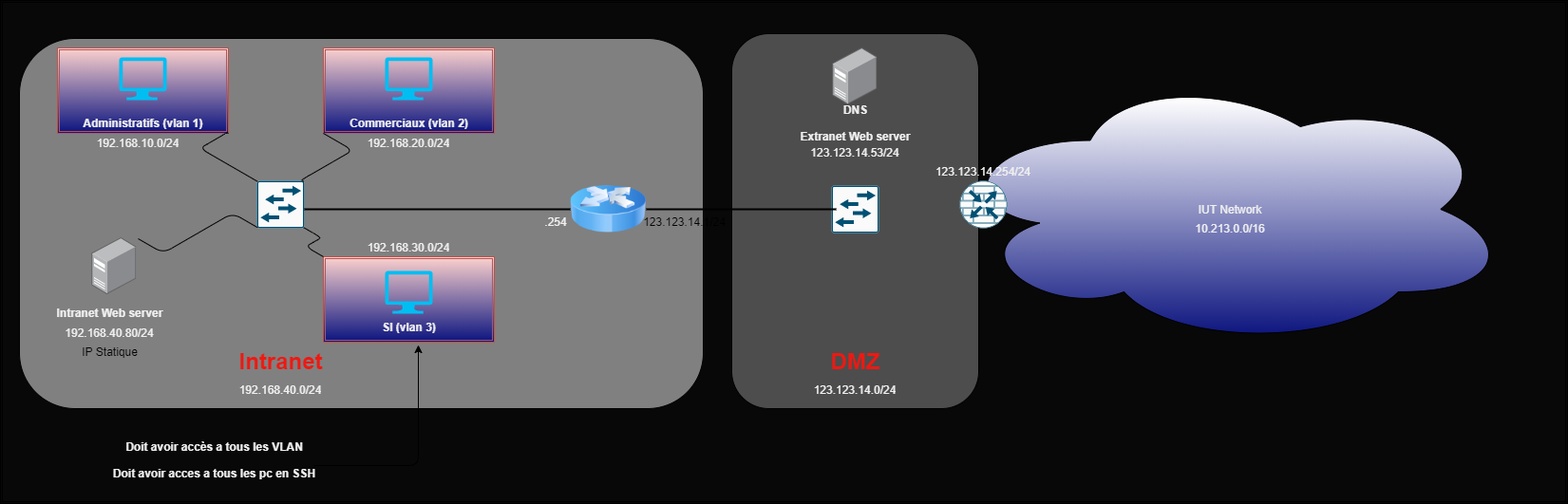
Before: Schema_SAE21.png, a diagram exported from draw.io (PaulBerra/SAE21). Source tidied: cells renumbered, new cells last; positions are measured from the earlier drawing's top-left corner, leaving out a move shared by most shapes.
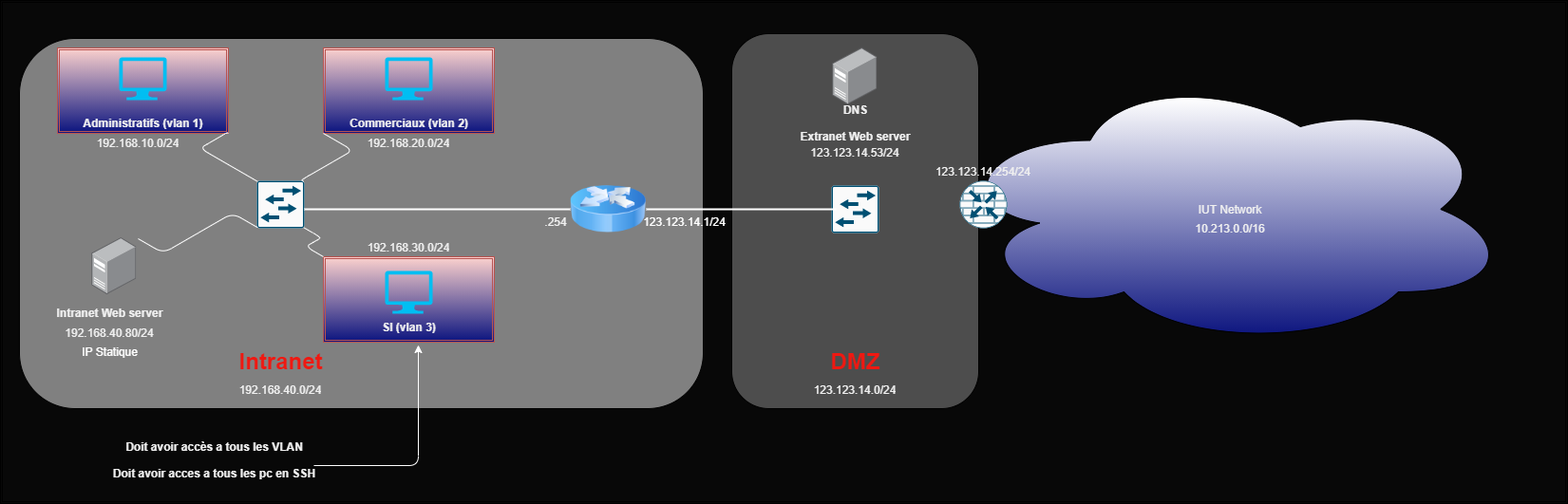
The same diagram one commit later.

Diff of the diagram source:
```diff
@@ -38,7 +38,7 @@
     <mxCell id="13" value="&lt;font style=&quot;font-size: 12px&quot; color=&quot;#f0f0f0&quot;&gt;SI (vlan 3)&lt;/font&gt;" style="text;strokeColor=none;fillColor=none;html=1;fontSize=24;fontStyle=1;verticalAlign=middle;align=center;fontColor=#F01811;" parent="1" vertex="1">
       <mxGeometry x="380" y="320" width="100" height="40" as="geometry" />
     </mxCell>
-    <mxCell id="14" style="edgeStyle=segmentEdgeStyle;endArrow=classic;html=1;fontSize=12;fontColor=#F0F0F0;entryX=0.6;entryY=1.075;entryDx=0;entryDy=0;entryPerimeter=0;" parent="1" edge="1" target="13">
+    <mxCell id="14" style="edgeStyle=segmentEdgeStyle;endArrow=classic;html=1;fontSize=12;fontColor=#F0F0F0;entryX=0.6;entryY=1.075;entryDx=0;entryDy=0;entryPerimeter=0;strokeColor=#FFFFFF;" parent="1" edge="1" target="13">
       <mxGeometry relative="1" as="geometry">
         <mxPoint x="330" y="490" as="sourcePoint" />
       </mxGeometry>
@@ -55,30 +55,30 @@
     <mxCell id="18" style="sketch=0;points=[[0.015,0.015,0],[0.985,0.015,0],[0.985,0.985,0],[0.015,0.985,0],[0.25,0,0],[0.5,0,0],[0.75,0,0],[1,0.25,0],[1,0.5,0],[1,0.75,0],[0.75,1,0],[0.5,1,0],[0.25,1,0],[0,0.75,0],[0,0.5,0],[0,0.25,0]];verticalLabelPosition=bottom;html=1;verticalAlign=top;align=center;shape=mxgraph.cisco19.rect;prIcon=l2_switch;fillColor=#FAFAFA;strokeColor=#005073;fontSize=12;fontColor=#F0F0F0;" parent="1" vertex="1">
       <mxGeometry x="270" y="190" width="50" height="50" as="geometry" />
     </mxCell>
-    <mxCell id="19" style="edgeStyle=isometricEdgeStyle;endArrow=none;html=1;elbow=vertical;fontSize=12;fontColor=#F0F0F0;entryX=1;entryY=1;entryDx=0;entryDy=0;exitX=0.015;exitY=0.015;exitDx=0;exitDy=0;exitPerimeter=0;" parent="1" edge="1" source="18" target="5">
+    <mxCell id="19" style="edgeStyle=isometricEdgeStyle;endArrow=none;html=1;elbow=vertical;fontSize=12;fontColor=#F0F0F0;entryX=1;entryY=1;entryDx=0;entryDy=0;exitX=0.015;exitY=0.015;exitDx=0;exitDy=0;exitPerimeter=0;strokeColor=#FFFFFF;" parent="1" edge="1" source="18" target="5">
       <mxGeometry relative="1" as="geometry">
         <Array as="points">
           <mxPoint x="220" y="150" />
         </Array>
       </mxGeometry>
     </mxCell>
-    <mxCell id="20" style="edgeStyle=isometricEdgeStyle;endArrow=none;html=1;elbow=vertical;fontSize=12;fontColor=#F0F0F0;entryX=0;entryY=1;entryDx=0;entryDy=0;exitX=0.985;exitY=0.015;exitDx=0;exitDy=0;exitPerimeter=0;" parent="1" edge="1" source="18" target="8">
+    <mxCell id="20" style="edgeStyle=isometricEdgeStyle;endArrow=none;html=1;elbow=vertical;fontSize=12;fontColor=#F0F0F0;entryX=0;entryY=1;entryDx=0;entryDy=0;exitX=0.985;exitY=0.015;exitDx=0;exitDy=0;exitPerimeter=0;strokeColor=#FFFFFF;" parent="1" edge="1" source="18" target="8">
       <mxGeometry relative="1" as="geometry">
         <Array as="points">
           <mxPoint x="350" y="170" />
         </Array>
       </mxGeometry>
     </mxCell>
-    <mxCell id="21" style="edgeStyle=isometricEdgeStyle;endArrow=none;html=1;elbow=vertical;fontSize=12;fontColor=#F0F0F0;entryX=0.985;entryY=0.985;entryDx=0;entryDy=0;entryPerimeter=0;exitX=0;exitY=0;exitDx=0;exitDy=0;" parent="1" edge="1" source="11" target="18">
+    <mxCell id="21" style="edgeStyle=isometricEdgeStyle;endArrow=none;html=1;elbow=vertical;fontSize=12;fontColor=#F0F0F0;entryX=0.985;entryY=0.985;entryDx=0;entryDy=0;entryPerimeter=0;exitX=0;exitY=0;exitDx=0;exitDy=0;strokeColor=#FFFFFF;" parent="1" edge="1" source="11" target="18">
       <mxGeometry relative="1" as="geometry" />
     </mxCell>
-    <mxCell id="22" style="edgeStyle=isometricEdgeStyle;endArrow=none;html=1;elbow=vertical;fontSize=12;fontColor=#F0F0F0;entryX=0.015;entryY=0.985;entryDx=0;entryDy=0;entryPerimeter=0;exitX=1.028;exitY=0.017;exitDx=0;exitDy=0;exitPerimeter=0;" parent="1" edge="1" source="16" target="18">
+    <mxCell id="22" style="edgeStyle=isometricEdgeStyle;endArrow=none;html=1;elbow=vertical;fontSize=12;fontColor=#F0F0F0;entryX=0.015;entryY=0.985;entryDx=0;entryDy=0;entryPerimeter=0;exitX=1.028;exitY=0.017;exitDx=0;exitDy=0;exitPerimeter=0;strokeColor=#FFFFFF;" parent="1" edge="1" source="16" target="18">
       <mxGeometry relative="1" as="geometry" />
     </mxCell>
     <mxCell id="23" style="image;html=1;image=img/lib/clip_art/networking/Router_Icon_128x128.png;fontSize=12;fontColor=#F0F0F0;gradientColor=#0F1780;" parent="1" vertex="1">
       <mxGeometry x="600" y="180" width="80" height="80" as="geometry" />
     </mxCell>
-    <mxCell id="24" style="line;strokeWidth=2;html=1;fontSize=12;fontColor=#F0F0F0;gradientColor=#0F1780;" parent="1" vertex="1">
+    <mxCell id="24" style="line;strokeWidth=2;html=1;fontSize=12;fontColor=#F0F0F0;gradientColor=#0F1780;strokeColor=#FFFFFF;" parent="1" vertex="1">
       <mxGeometry x="320" y="215" width="280" height="10" as="geometry" />
     </mxCell>
     <mxCell id="25" style="rounded=1;whiteSpace=wrap;html=1;fillColor=#4D4D4D;" parent="1" vertex="1">
@@ -96,7 +96,7 @@
     <mxCell id="29" value="&lt;font style=&quot;font-size: 12px&quot; color=&quot;#f0f0f0&quot;&gt;DNS&lt;br&gt;Extranet Web server&lt;br&gt;&lt;/font&gt;" style="text;strokeColor=none;fillColor=none;html=1;fontSize=24;fontStyle=1;verticalAlign=middle;align=center;fontColor=#F01811;" parent="1" vertex="1">
       <mxGeometry x="850" y="120" width="100" height="10" as="geometry" />
     </mxCell>
-    <mxCell id="30" style="line;strokeWidth=2;html=1;fontSize=12;fontColor=#F0F0F0;gradientColor=#0F1780;" parent="1" vertex="1">
+    <mxCell id="30" style="line;strokeWidth=2;html=1;fontSize=12;fontColor=#F0F0F0;gradientColor=#0F1780;strokeColor=#FFFFFF;" parent="1" vertex="1">
       <mxGeometry x="680" y="215" width="200" height="10" as="geometry" />
     </mxCell>
     <mxCell id="31" value="IUT Network" style="ellipse;shape=cloud;whiteSpace=wrap;html=1;align=center;fontSize=12;fontColor=#F0F0F0;gradientColor=#0F1780;" parent="1" vertex="1">
@@ -155,10 +155,10 @@
         <mxGeometry x="1240" y="230" width="110" height="20" as="geometry" />
       </mxCell>
     </object>
-    <mxCell id="43" value="IP Statique" style="text;html=1;align=center;verticalAlign=middle;fillColor=none;strokeColor=none;rounded=0;" parent="1" vertex="1">
+    <mxCell id="43" value="IP Statique" style="text;html=1;align=center;verticalAlign=middle;rounded=0;fontColor=#FFFFFF;" parent="1" vertex="1">
       <mxGeometry x="80" y="360" width="70" height="20" as="geometry" />
     </mxCell>
-    <mxCell id="44" value="123.123.14.1/24" style="text;html=1;align=center;verticalAlign=middle;fillColor=none;strokeColor=none;rounded=0;" parent="1" vertex="1">
+    <mxCell id="44" value="123.123.14.1/24" style="text;html=1;align=center;verticalAlign=middle;fillColor=none;strokeColor=none;rounded=0;fontColor=#FFFFFF;" parent="1" vertex="1">
       <mxGeometry x="670" y="222.5" width="100" height="20" as="geometry" />
     </mxCell>
   </root>
```
